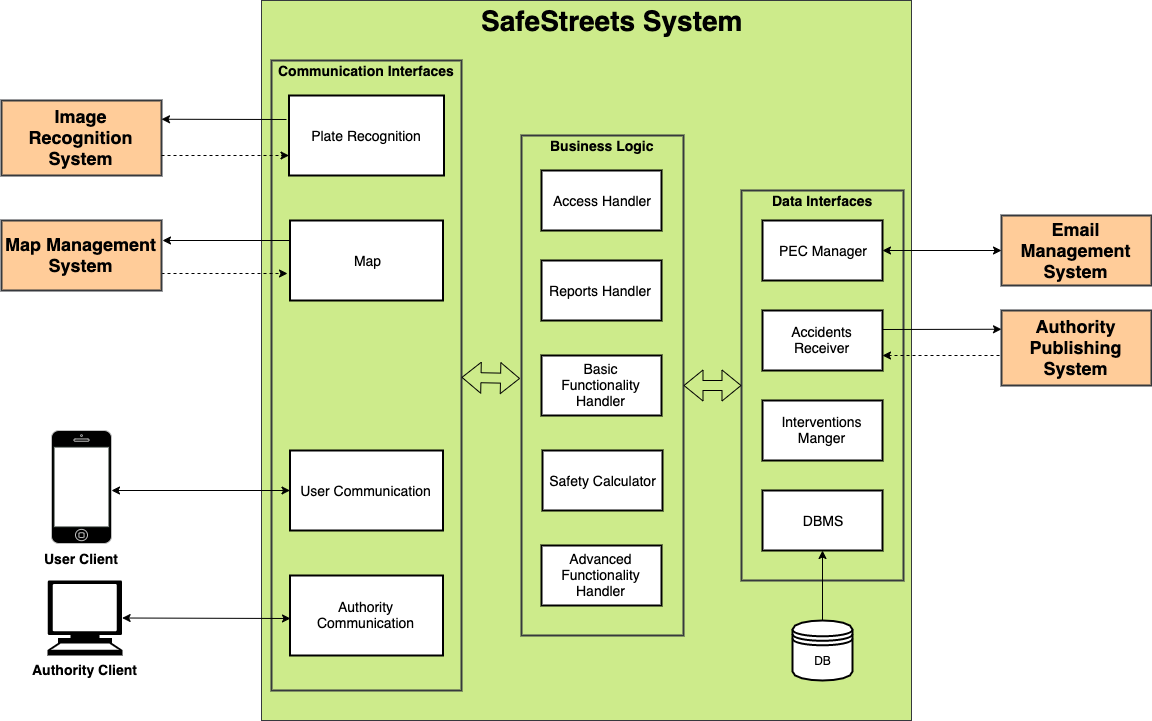
This is dd/img/compositionViewPoint.png from Megapiro/SafeStreets-IngSw2Project, a draw.io export, as it was before one commit. Source tidied: cells renumbered, new cells last; positions are measured from the earlier drawing's top-left corner, leaving out a move shared by most shapes.
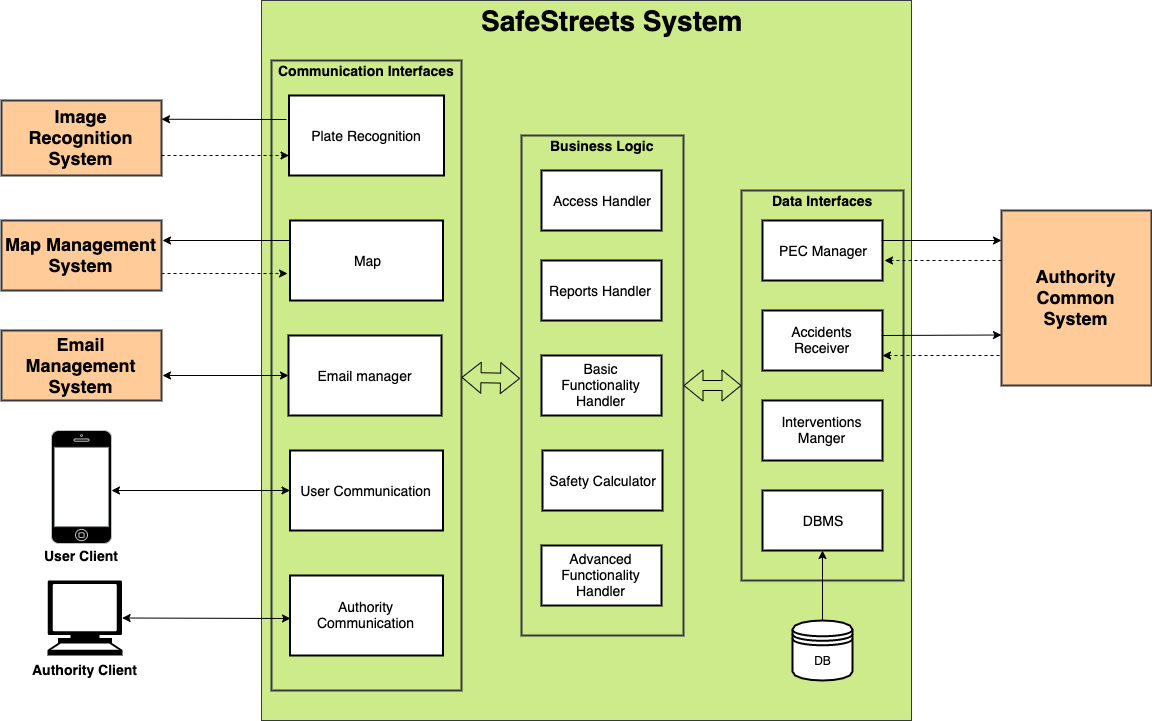
After the change.

Change to the diagram source:
```diff
@@ -101,7 +101,7 @@
     <mxCell id="32" value="&lt;b&gt;&lt;font style=&quot;font-size: 18px&quot;&gt;Map Management System&lt;/font&gt;&lt;/b&gt;" style="rounded=0;whiteSpace=wrap;html=1;strokeWidth=2;fillColor=#ffcc99;strokeColor=#36393d;" parent="1" vertex="1">
       <mxGeometry y="220" width="160" height="70" as="geometry" />
     </mxCell>
-    <mxCell id="33" value="&lt;b&gt;&lt;font style=&quot;font-size: 14px&quot;&gt;User Client&lt;/font&gt;&lt;/b&gt;" style="html=1;verticalLabelPosition=bottom;labelBackgroundColor=#ffffff;verticalAlign=top;shadow=0;dashed=0;strokeWidth=1;shape=mxgraph.ios7.misc.iphone;strokeColor=#c0c0c0;fillColor=#000000;gradientColor=none;" parent="1" vertex="1">
+    <mxCell id="33" style="html=1;verticalLabelPosition=bottom;labelBackgroundColor=#ffffff;verticalAlign=top;shadow=0;dashed=0;strokeWidth=1;shape=mxgraph.ios7.misc.iphone;strokeColor=#c0c0c0;fillColor=#000000;gradientColor=none;" parent="1" vertex="1">
       <mxGeometry x="50" y="430" width="60" height="113" as="geometry" />
     </mxCell>
     <mxCell id="34" style="verticalLabelPosition=bottom;verticalAlign=top;html=1;shadow=0;dashed=0;strokeWidth=1;shape=mxgraph.ios.iBgFlat;strokeColor=#18211b;fillColor=#FFFFFF;gradientColor=none;" parent="1" vertex="1">
@@ -121,23 +121,44 @@
       </mxGeometry>
     </mxCell>
     <mxCell id="38" value="&lt;b&gt;&lt;font style=&quot;font-size: 18px&quot;&gt;Email Management System&lt;/font&gt;&lt;/b&gt;" style="rounded=0;whiteSpace=wrap;html=1;strokeWidth=2;fillColor=#ffcc99;strokeColor=#36393d;" parent="1" vertex="1">
-      <mxGeometry x="1000" y="215" width="150" height="70" as="geometry" />
+      <mxGeometry y="330" width="160" height="70" as="geometry" />
     </mxCell>
-    <mxCell id="39" style="endArrow=classic;html=1;entryX=0;entryY=0.25;entryDx=0;entryDy=0;" parent="1" edge="1" target="42">
-      <mxGeometry relative="1" as="geometry">
-        <mxPoint x="881" y="329" as="sourcePoint" />
-      </mxGeometry>
-    </mxCell>
     <mxCell id="40" style="endArrow=classic;html=1;entryX=1;entryY=0.75;entryDx=0;entryDy=0;dashed=1;" parent="1" edge="1" target="13">
       <mxGeometry relative="1" as="geometry">
         <mxPoint x="998" y="355" as="sourcePoint" />
       </mxGeometry>
     </mxCell>
-    <mxCell id="41" style="endArrow=classic;startArrow=classic;html=1;entryX=0;entryY=0.5;entryDx=0;entryDy=0;" parent="1" edge="1" source="12" target="38">
-      <mxGeometry relative="1" as="geometry" />
-    </mxCell>
-    <mxCell id="42" value="&lt;b&gt;&lt;font style=&quot;font-size: 18px&quot;&gt;Authority Publishing System&lt;/font&gt;&lt;/b&gt;" style="rounded=0;whiteSpace=wrap;html=1;strokeWidth=2;fillColor=#ffcc99;strokeColor=#36393d;" parent="1" vertex="1">
-      <mxGeometry x="1000" y="310" width="150" height="75" as="geometry" />
+    <mxCell id="42" value="&lt;b&gt;&lt;font style=&quot;font-size: 18px&quot;&gt;Authority Common System&lt;/font&gt;&lt;/b&gt;" style="rounded=0;whiteSpace=wrap;html=1;strokeWidth=2;fillColor=#ffcc99;strokeColor=#36393d;" parent="1" vertex="1">
+      <mxGeometry x="1000" y="210" width="150" height="175" as="geometry" />
     </mxCell>
+    <mxCell id="43" value="&lt;b&gt;&lt;font style=&quot;font-size: 14px&quot;&gt;User Client&lt;/font&gt;&lt;/b&gt;" style="text;html=1;align=center;verticalAlign=middle;" parent="1" vertex="1">
+      <mxGeometry x="35" y="545" width="90" height="20" as="geometry" />
+    </mxCell>
+    <mxCell id="44" style="endArrow=classic;startArrow=classic;html=1;entryX=0;entryY=0.5;entryDx=0;entryDy=0;" parent="1" edge="1" target="45">
+      <mxGeometry relative="1" as="geometry">
+        <mxPoint x="161" y="375" as="sourcePoint" />
+      </mxGeometry>
+    </mxCell>
+    <mxCell id="45" value="&lt;font style=&quot;font-size: 14px&quot;&gt;Email manager&lt;/font&gt;" style="rounded=0;whiteSpace=wrap;html=1;strokeWidth=2;" parent="1" vertex="1">
+      <mxGeometry x="287" y="335" width="153" height="80" as="geometry" />
+    </mxCell>
+    <mxCell id="46" style="endArrow=classic;html=1;entryX=1;entryY=0.75;entryDx=0;entryDy=0;dashed=1;" parent="1" edge="1">
+      <mxGeometry relative="1" as="geometry">
+        <mxPoint x="1000" y="260" as="sourcePoint" />
+        <mxPoint x="883" y="260" as="targetPoint" />
+      </mxGeometry>
+    </mxCell>
+    <mxCell id="47" style="endArrow=classic;html=1;" parent="1" edge="1">
+      <mxGeometry relative="1" as="geometry">
+        <mxPoint x="880" y="335" as="sourcePoint" />
+        <mxPoint x="1000" y="334.5" as="targetPoint" />
+      </mxGeometry>
+    </mxCell>
+    <mxCell id="48" style="endArrow=classic;html=1;" parent="1" edge="1">
+      <mxGeometry relative="1" as="geometry">
+        <mxPoint x="880" y="240" as="sourcePoint" />
+        <mxPoint x="1000" y="240" as="targetPoint" />
+      </mxGeometry>
+    </mxCell>
   </root>
 </mxGraphModel>
```
